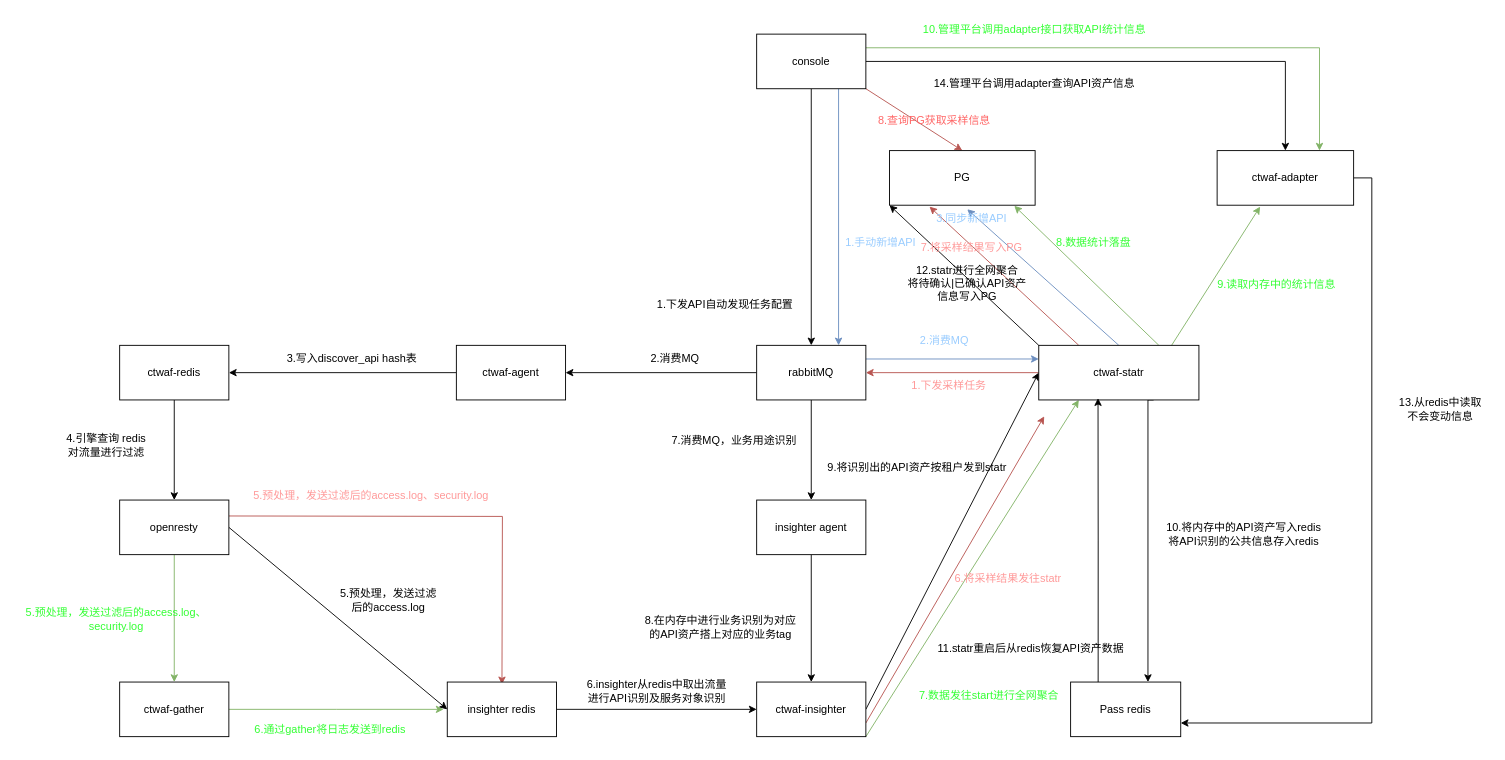
allurelzh/flask_demo keeps this draw.io diagram as 未命名绘图.drawio. Above is the earlier version. Source tidied: cells renumbered, new cells numbered last; positions are measured from the earlier drawing's top-left corner, leaving out a move shared by most shapes. Both pictures are drawn from the tidied source at 91%, with x=0, y=0 at pixel (15, 15).
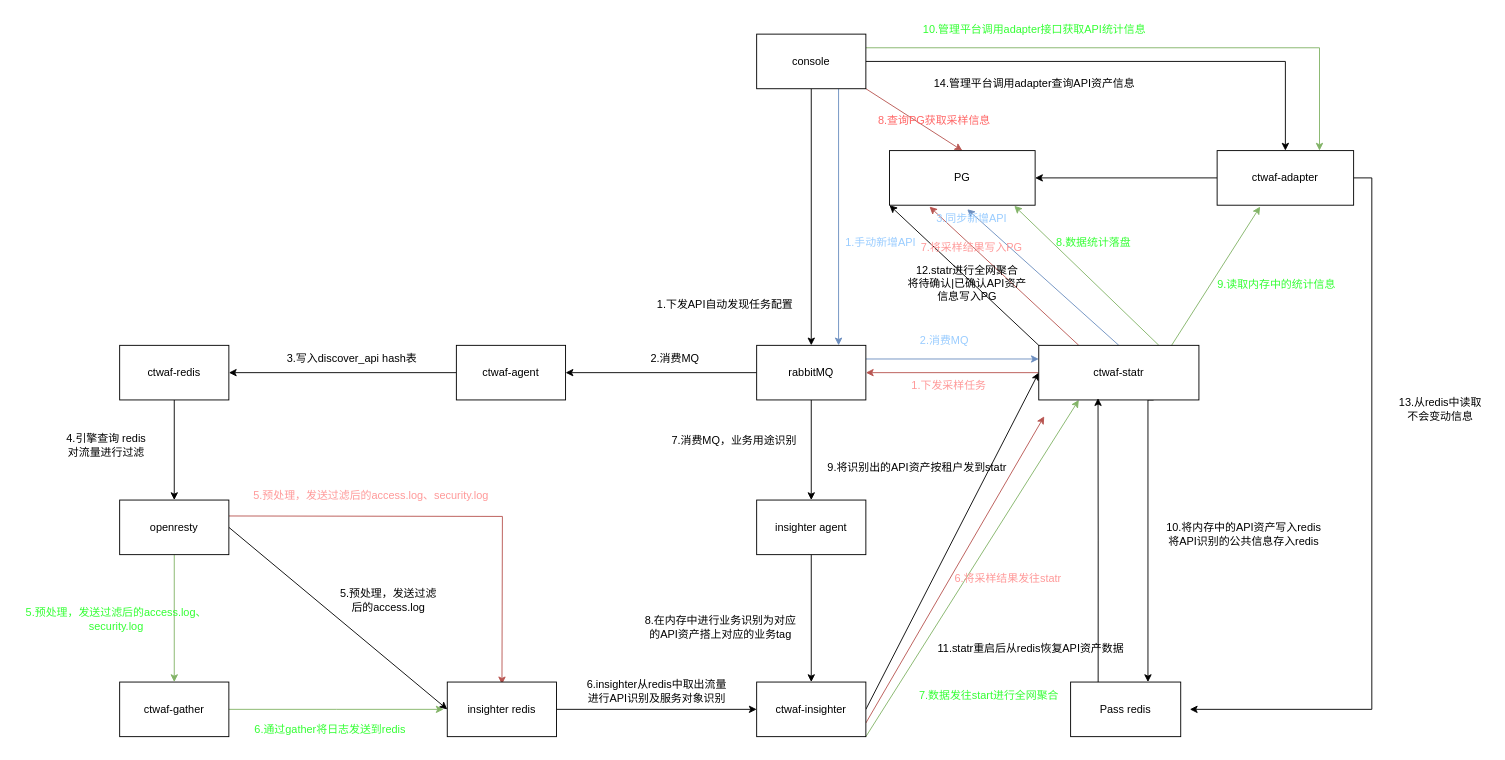
Above is the later version.

Commit message:
更新未命名绘图.drawio

Unchanged cells that the change refers to:
```xml
<mxCell id="38" value="Pass redis" style="rounded=0;whiteSpace=wrap;html=1;" parent="1" vertex="1">
  <mxGeometry x="1159" y="732" width="121" height="60" as="geometry" />
</mxCell>
<mxCell id="49" value="PG" style="rounded=0;whiteSpace=wrap;html=1;" parent="1" vertex="1">
  <mxGeometry x="960" y="148" width="160" height="60" as="geometry" />
</mxCell>
<mxCell id="51" value="ctwaf-adapter" style="rounded=0;whiteSpace=wrap;html=1;" parent="1" vertex="1">
  <mxGeometry x="1320" y="148" width="150" height="60" as="geometry" />
</mxCell>
```

Change to the diagram source:
```diff
@@
-    <mxCell id="50" style="edgeStyle=orthogonalEdgeStyle;rounded=0;jettySize=auto;html=1;exitX=1;exitY=0.5;exitDx=0;exitDy=0;entryX=1;entryY=0.75;entryDx=0;entryDy=0;" parent="1" edge="1" source="51" target="38">
-      <mxGeometry relative="1" as="geometry" />
+    <mxCell id="50" style="edgeStyle=orthogonalEdgeStyle;rounded=0;jettySize=auto;html=1;exitX=1;exitY=0.5;exitDx=0;exitDy=0;" parent="1" edge="1" source="51">
+      <mxGeometry relative="1" as="geometry">
+        <mxPoint x="1290" y="762" as="targetPoint" />
+        <Array as="points">
+          <mxPoint x="1490" y="178" />
+          <mxPoint x="1490" y="762" />
+        </Array>
+      </mxGeometry>
     </mxCell>
+    <mxCell id="71" style="edgeStyle=orthogonalEdgeStyle;rounded=0;jettySize=auto;html=1;exitX=0;exitY=0.5;exitDx=0;exitDy=0;entryX=1;entryY=0.5;entryDx=0;entryDy=0;" parent="1" edge="1" source="51" target="49">
+      <mxGeometry relative="1" as="geometry" />
+    </mxCell>
```
